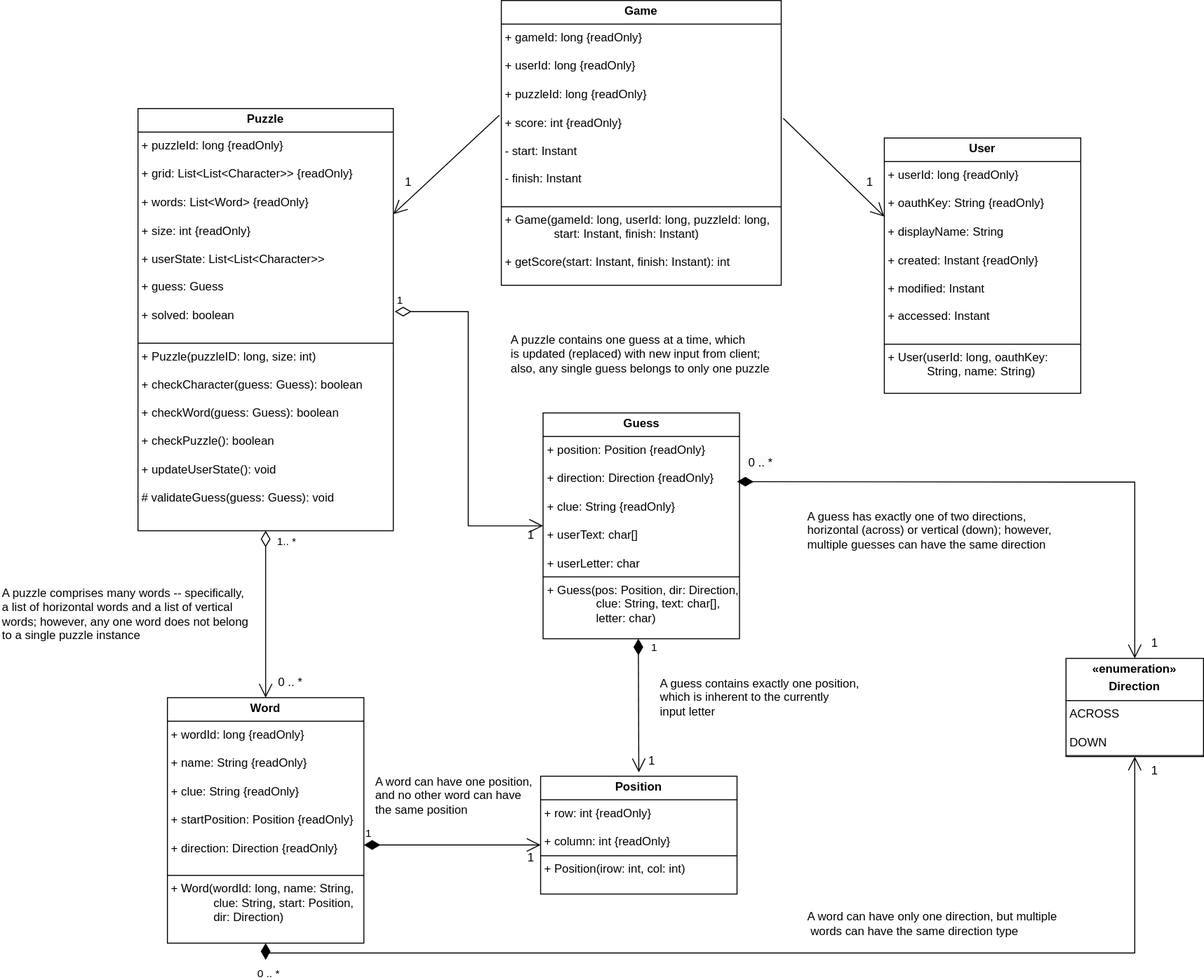
ddc-java-21/crossfyre keeps this draw.io diagram as docs/img/CrossFyre-UML-SVG.svg. Above is the earlier version. Source tidied: cells renumbered, new cells last; positions are measured from the earlier drawing's top-left corner, leaving out a move shared by most shapes.
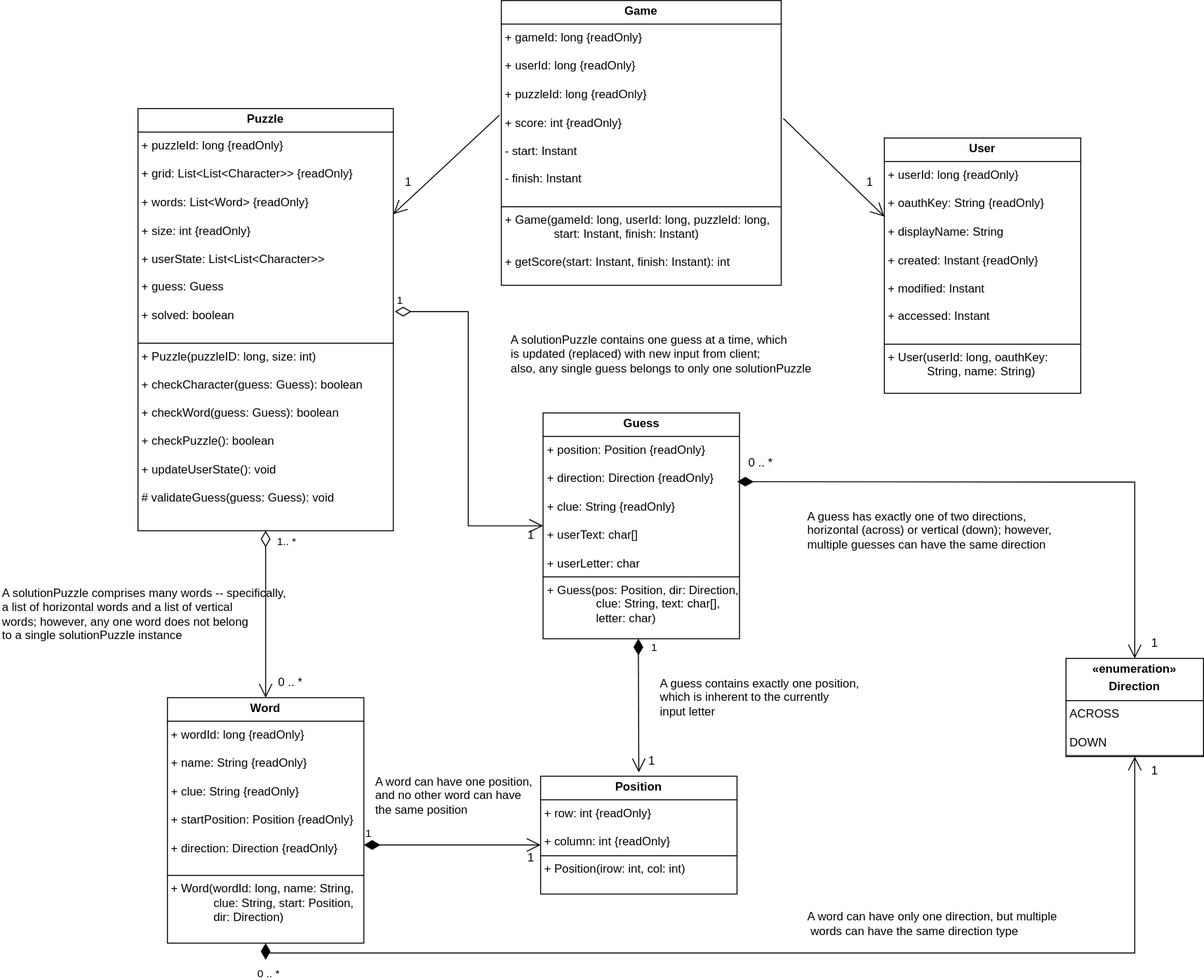
Later version of the same file.

Commit message:
Fixed ERD svg and updated pdf.

Diff of the diagram source:
```diff
@@ -57,10 +57,10 @@
     <mxCell id="18" value="0 .. *" style="text;html=1;align=center;verticalAlign=middle;strokeColor=none;fillColor=none;" parent="1" vertex="1">
       <mxGeometry x="270" y="680" width="50" height="30" as="geometry" />
     </mxCell>
-    <mxCell id="19" value="A puzzle comprises many words -- specifically,&lt;div&gt;a list of horizontal words and a list of vertical&lt;/div&gt;&lt;div&gt;words; however, any one word does not belong&lt;/div&gt;&lt;div&gt;to a single puzzle instance&lt;/div&gt;" style="text;html=1;align=left;verticalAlign=middle;strokeColor=none;fillColor=none;" parent="1" vertex="1">
+    <mxCell id="19" value="A solutionPuzzle comprises many words -- specifically,&lt;div&gt;a list of horizontal words and a list of vertical&lt;/div&gt;&lt;div&gt;words; however, any one word does not belong&lt;/div&gt;&lt;div&gt;to a single solutionPuzzle instance&lt;/div&gt;" style="text;html=1;align=left;verticalAlign=middle;strokeColor=none;fillColor=none;" parent="1" vertex="1">
       <mxGeometry y="590" width="270" height="70" as="geometry" />
     </mxCell>
-    <mxCell id="20" value="A puzzle contains one guess at a time, which&lt;div&gt;is updated (replaced) with new input from client;&amp;nbsp;&lt;/div&gt;&lt;div&gt;also, any single guess belongs to only one puzzle&lt;/div&gt;" style="text;html=1;align=left;verticalAlign=middle;strokeColor=none;fillColor=none;" parent="1" vertex="1">
+    <mxCell id="20" value="A solutionPuzzle contains one guess at a time, which&lt;div&gt;is updated (replaced) with new input from client;&amp;nbsp;&lt;/div&gt;&lt;div&gt;also, any single guess belongs to only one solutionPuzzle&lt;/div&gt;" style="text;html=1;align=left;verticalAlign=middle;strokeColor=none;fillColor=none;" parent="1" vertex="1">
       <mxGeometry x="517.5" y="330" width="290" height="60" as="geometry" />
     </mxCell>
     <mxCell id="21" value="1" style="endArrow=open;html=1;endSize=12;startArrow=diamondThin;startSize=14;startFill=1;edgeStyle=orthogonalEdgeStyle;align=left;verticalAlign=bottom;rounded=0;" parent="1" edge="1">
```
